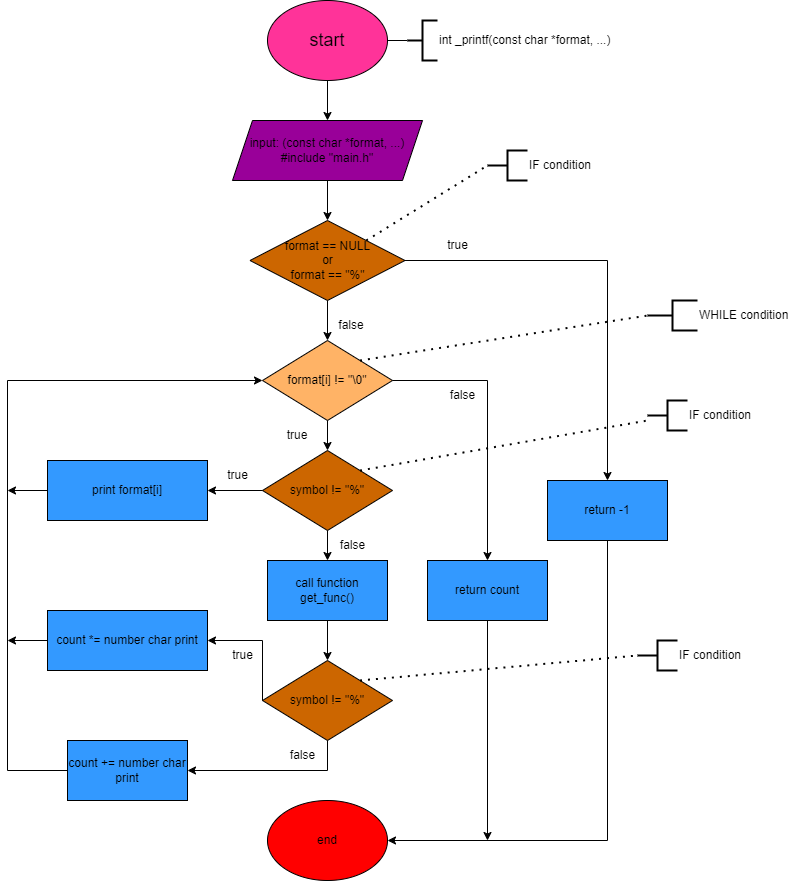
This is flowchart.png from psychohight/holbertonschool-printf, a draw.io export, as it was before one commit. Source tidied: cells renumbered, new cells last; positions are measured from the earlier drawing's top-left corner, leaving out a move shared by most shapes.
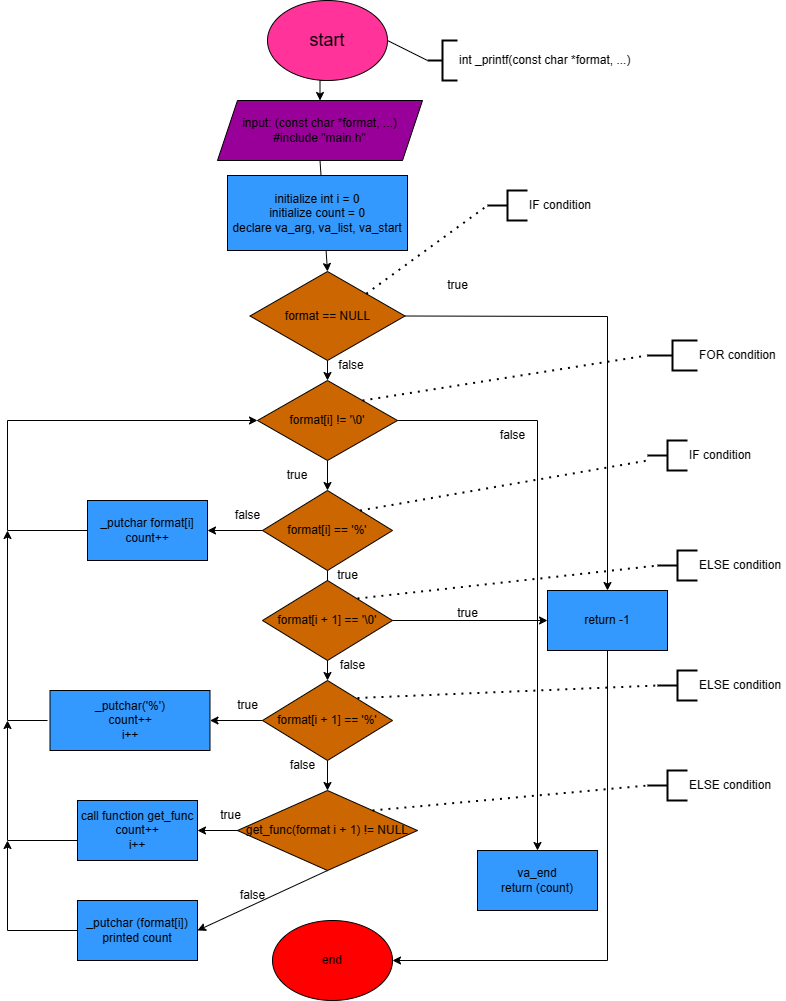
The same diagram one commit later.

Commit message:
flowchart finish

Diff of the diagram source:
```diff
@@ -6,19 +6,19 @@
       <mxGeometry relative="1" as="geometry" />
     </mxCell>
     <mxCell id="3" value="&lt;font style=&quot;font-size: 18px;&quot;&gt;start&lt;/font&gt;" style="ellipse;whiteSpace=wrap;html=1;fillColor=#FF3399;" parent="1" vertex="1">
-      <mxGeometry x="260" width="120" height="80" as="geometry" />
+      <mxGeometry x="260" y="-40" width="120" height="80" as="geometry" />
     </mxCell>
     <mxCell id="4" value="input: (const char *format, ...)&lt;div&gt;#include &quot;main.h&quot;&lt;/div&gt;" style="shape=parallelogram;perimeter=parallelogramPerimeter;whiteSpace=wrap;html=1;fixedSize=1;fillColor=#990099;" parent="1" vertex="1">
-      <mxGeometry x="225" y="120" width="190" height="60" as="geometry" />
+      <mxGeometry x="210" y="60" width="205" height="60" as="geometry" />
     </mxCell>
     <mxCell id="5" value="int _printf(const char *format, ...)" style="strokeWidth=2;html=1;shape=mxgraph.flowchart.annotation_2;align=left;labelPosition=right;" parent="1" vertex="1">
-      <mxGeometry x="400" y="20" width="30" height="40" as="geometry" />
+      <mxGeometry x="420" width="30" height="40" as="geometry" />
     </mxCell>
     <mxCell id="6" style="endArrow=none;html=1;rounded=0;entryX=0;entryY=0.5;entryDx=0;entryDy=0;entryPerimeter=0;exitX=1;exitY=0.5;exitDx=0;exitDy=0;" parent="1" edge="1" source="3" target="5">
       <mxGeometry relative="1" as="geometry" />
     </mxCell>
-    <mxCell id="7" value="format == NULL&lt;div&gt;or&lt;/div&gt;&lt;div&gt;format == &quot;%&quot;&lt;/div&gt;" style="rhombus;whiteSpace=wrap;html=1;fillColor=#CC6600;" parent="1" vertex="1">
-      <mxGeometry x="242.5" y="220" width="155" height="80" as="geometry" />
+    <mxCell id="7" value="format == NULL" style="rhombus;whiteSpace=wrap;html=1;fillColor=#CC6600;" parent="1" vertex="1">
+      <mxGeometry x="242.5" y="231" width="155" height="89" as="geometry" />
     </mxCell>
     <mxCell id="8" style="endArrow=classic;html=1;rounded=0;exitX=0.5;exitY=1;exitDx=0;exitDy=0;entryX=0.5;entryY=0;entryDx=0;entryDy=0;" parent="1" edge="1" source="4" target="7">
       <mxGeometry relative="1" as="geometry" />
@@ -26,7 +26,7 @@
     <mxCell id="9" style="endArrow=classic;html=1;rounded=0;exitX=1;exitY=0.5;exitDx=0;exitDy=0;entryX=0.5;entryY=0;entryDx=0;entryDy=0;" parent="1" edge="1" source="7" target="11">
       <mxGeometry relative="1" as="geometry">
         <Array as="points">
-          <mxPoint x="600" y="260" />
+          <mxPoint x="600" y="276" />
         </Array>
       </mxGeometry>
     </mxCell>
@@ -34,77 +34,61 @@
       <mxGeometry x="430" y="230" width="40" height="30" as="geometry" />
     </mxCell>
     <mxCell id="11" value="return -1" style="rounded=0;whiteSpace=wrap;html=1;fillColor=#3399FF;" parent="1" vertex="1">
-      <mxGeometry x="540" y="480" width="120" height="60" as="geometry" />
+      <mxGeometry x="540" y="550" width="120" height="60" as="geometry" />
     </mxCell>
-    <mxCell id="12" value="format[i] != &quot;\0&quot;" style="rhombus;whiteSpace=wrap;html=1;fillColor=#FFB366;" parent="1" vertex="1">
-      <mxGeometry x="255" y="340" width="130" height="80" as="geometry" />
+    <mxCell id="12" value="format[i] != '\0'" style="rhombus;whiteSpace=wrap;html=1;fillColor=#CC6600;" parent="1" vertex="1">
+      <mxGeometry x="250" y="340" width="140" height="80" as="geometry" />
     </mxCell>
     <mxCell id="13" style="endArrow=classic;html=1;rounded=0;exitX=0.5;exitY=1;exitDx=0;exitDy=0;entryX=0.5;entryY=0;entryDx=0;entryDy=0;" parent="1" edge="1" source="7" target="12">
       <mxGeometry relative="1" as="geometry" />
     </mxCell>
-    <mxCell id="14" value="count *= number char print" style="rounded=0;whiteSpace=wrap;html=1;fillColor=#3399FF;" parent="1" vertex="1">
-      <mxGeometry x="40" y="610" width="160" height="60" as="geometry" />
+    <mxCell id="14" value="_putchar('%')&lt;div&gt;count++&lt;/div&gt;&lt;div&gt;i++&lt;/div&gt;" style="rounded=0;whiteSpace=wrap;html=1;fillColor=#3399FF;" parent="1" vertex="1">
+      <mxGeometry x="42.5" y="650" width="160" height="60" as="geometry" />
     </mxCell>
-    <mxCell id="15" value="print format[i]" style="rounded=0;whiteSpace=wrap;html=1;fillColor=#3399FF;" parent="1" vertex="1">
-      <mxGeometry x="40" y="460" width="160" height="60" as="geometry" />
-    </mxCell>
     <mxCell id="16" value="true" style="text;html=1;align=center;verticalAlign=middle;whiteSpace=wrap;rounded=0;" parent="1" vertex="1">
       <mxGeometry x="260" y="420" width="60" height="30" as="geometry" />
     </mxCell>
     <mxCell id="17" value="false" style="text;html=1;align=center;verticalAlign=middle;whiteSpace=wrap;rounded=0;" parent="1" vertex="1">
       <mxGeometry x="314" y="310" width="60" height="30" as="geometry" />
     </mxCell>
-    <mxCell id="18" value="call function&lt;div&gt;get_func()&lt;/div&gt;" style="rounded=0;whiteSpace=wrap;html=1;fillColor=#3399FF;" parent="1" vertex="1">
-      <mxGeometry x="260" y="560" width="120" height="60" as="geometry" />
+    <mxCell id="18" value="_putchar&amp;nbsp;&lt;span style=&quot;background-color: initial;&quot;&gt;format[i]&lt;/span&gt;&lt;div&gt;count++&lt;/div&gt;" style="rounded=0;whiteSpace=wrap;html=1;fillColor=#3399FF;" parent="1" vertex="1">
+      <mxGeometry x="80" y="460" width="120" height="60" as="geometry" />
     </mxCell>
-    <mxCell id="19" value="symbol != &quot;%&quot;" style="rhombus;whiteSpace=wrap;html=1;fillColor=#CC6600;" parent="1" vertex="1">
+    <mxCell id="19" value="format[i] == '%'" style="rhombus;whiteSpace=wrap;html=1;fillColor=#CC6600;" parent="1" vertex="1">
       <mxGeometry x="255" y="450" width="130" height="80" as="geometry" />
     </mxCell>
     <mxCell id="20" value="true" style="text;html=1;align=center;verticalAlign=middle;strokeColor=none;fillColor=none;" parent="1" vertex="1">
-      <mxGeometry x="210" y="460" width="40" height="30" as="geometry" />
+      <mxGeometry x="320" y="520" width="40" height="30" as="geometry" />
     </mxCell>
-    <mxCell id="21" value="return count" style="rounded=0;whiteSpace=wrap;html=1;fillColor=#3399FF;" parent="1" vertex="1">
-      <mxGeometry x="420" y="560" width="120" height="60" as="geometry" />
+    <mxCell id="21" value="va_end&lt;div&gt;return (count)&lt;/div&gt;" style="rounded=0;whiteSpace=wrap;html=1;fillColor=#3399FF;" parent="1" vertex="1">
+      <mxGeometry x="470" y="810" width="120" height="60" as="geometry" />
     </mxCell>
     <mxCell id="22" style="endArrow=classic;html=1;rounded=0;exitX=1;exitY=0.5;exitDx=0;exitDy=0;entryX=0.5;entryY=0;entryDx=0;entryDy=0;" parent="1" edge="1" source="12" target="21">
       <mxGeometry relative="1" as="geometry">
         <Array as="points">
-          <mxPoint x="480" y="380" />
+          <mxPoint x="530" y="380" />
         </Array>
       </mxGeometry>
     </mxCell>
     <mxCell id="23" value="false" style="text;html=1;align=center;verticalAlign=middle;strokeColor=none;fillColor=none;" parent="1" vertex="1">
-      <mxGeometry x="430" y="380" width="50" height="30" as="geometry" />
+      <mxGeometry x="480" y="380" width="50" height="30" as="geometry" />
     </mxCell>
     <mxCell id="24" value="end" style="ellipse;whiteSpace=wrap;html=1;fillColor=#FF0000;" parent="1" vertex="1">
-      <mxGeometry x="260" y="800" width="120" height="80" as="geometry" />
+      <mxGeometry x="265" y="880" width="120" height="80" as="geometry" />
     </mxCell>
     <mxCell id="25" style="endArrow=classic;html=1;rounded=0;exitX=0.5;exitY=1;exitDx=0;exitDy=0;entryX=1;entryY=0.5;entryDx=0;entryDy=0;" parent="1" edge="1" source="11" target="24">
       <mxGeometry relative="1" as="geometry">
         <Array as="points">
-          <mxPoint x="600" y="840" />
+          <mxPoint x="600" y="920" />
         </Array>
       </mxGeometry>
     </mxCell>
-    <mxCell id="26" style="endArrow=classic;html=1;rounded=0;exitX=0.5;exitY=1;exitDx=0;exitDy=0;" parent="1" edge="1" source="21">
-      <mxGeometry relative="1" as="geometry">
-        <mxPoint x="480" y="840" as="targetPoint" />
-      </mxGeometry>
-    </mxCell>
-    <mxCell id="27" value="count += number char print" style="rounded=0;whiteSpace=wrap;html=1;fillColor=#3399FF;" parent="1" vertex="1">
-      <mxGeometry x="60" y="740" width="120" height="60" as="geometry" />
+    <mxCell id="27" value="call function get_func&lt;div&gt;count++&lt;/div&gt;&lt;div&gt;i++&lt;/div&gt;" style="rounded=0;whiteSpace=wrap;html=1;fillColor=#3399FF;" parent="1" vertex="1">
+      <mxGeometry x="70" y="760" width="120" height="60" as="geometry" />
     </mxCell>
     <mxCell id="28" value="false" style="text;html=1;align=center;verticalAlign=middle;strokeColor=none;fillColor=none;" parent="1" vertex="1">
-      <mxGeometry x="320" y="530" width="50" height="30" as="geometry" />
+      <mxGeometry x="215" y="460" width="50" height="30" as="geometry" />
     </mxCell>
-    <mxCell id="29" style="endArrow=classic;html=1;rounded=0;exitX=0;exitY=0.5;exitDx=0;exitDy=0;entryX=0;entryY=0.5;entryDx=0;entryDy=0;" parent="1" edge="1" source="27" target="12">
-      <mxGeometry relative="1" as="geometry">
-        <Array as="points">
-          <mxPoint y="770" />
-          <mxPoint y="380" />
-        </Array>
-      </mxGeometry>
-    </mxCell>
     <mxCell id="30" style="endArrow=none;dashed=1;html=1;dashPattern=1 3;strokeWidth=2;rounded=0;exitX=1;exitY=0;exitDx=0;exitDy=0;entryX=0;entryY=0.5;entryDx=0;entryDy=0;entryPerimeter=0;" parent="1" edge="1" source="7" target="31">
       <mxGeometry relative="1" as="geometry" />
     </mxCell>
@@ -114,53 +98,28 @@
     <mxCell id="32" style="endArrow=none;dashed=1;html=1;dashPattern=1 3;strokeWidth=2;rounded=0;exitX=1;exitY=0;exitDx=0;exitDy=0;entryX=0;entryY=0.5;entryDx=0;entryDy=0;entryPerimeter=0;" parent="1" edge="1" source="12" target="33">
       <mxGeometry relative="1" as="geometry" />
     </mxCell>
-    <mxCell id="33" value="WHILE condition" style="strokeWidth=2;html=1;shape=mxgraph.flowchart.annotation_2;align=left;labelPosition=right;" parent="1" vertex="1">
+    <mxCell id="33" value="FOR condition" style="strokeWidth=2;html=1;shape=mxgraph.flowchart.annotation_2;align=left;labelPosition=right;" parent="1" vertex="1">
       <mxGeometry x="640" y="300" width="50" height="30" as="geometry" />
     </mxCell>
-    <mxCell id="34" value="symbol != &quot;%&quot;" style="rhombus;whiteSpace=wrap;html=1;fillColor=#CC6600;" parent="1" vertex="1">
-      <mxGeometry x="255" y="660" width="130" height="80" as="geometry" />
+    <mxCell id="34" value="get_func(format i + 1) != NULL" style="rhombus;whiteSpace=wrap;html=1;fillColor=#CC6600;" parent="1" vertex="1">
+      <mxGeometry x="230" y="750" width="180" height="80" as="geometry" />
     </mxCell>
-    <mxCell id="35" style="endArrow=classic;html=1;rounded=0;exitX=0;exitY=0.5;exitDx=0;exitDy=0;entryX=1;entryY=0.5;entryDx=0;entryDy=0;" parent="1" edge="1" source="19" target="15">
-      <mxGeometry relative="1" as="geometry" />
+    <mxCell id="35" style="endArrow=classic;html=1;rounded=0;exitX=0;exitY=0.5;exitDx=0;exitDy=0;entryX=1;entryY=0.5;entryDx=0;entryDy=0;" parent="1" edge="1" source="19">
+      <mxGeometry relative="1" as="geometry">
+        <mxPoint x="200" y="490" as="targetPoint" />
+      </mxGeometry>
     </mxCell>
-    <mxCell id="36" style="endArrow=classic;html=1;rounded=0;exitX=0;exitY=0.5;exitDx=0;exitDy=0;entryX=1;entryY=0.5;entryDx=0;entryDy=0;" parent="1" edge="1" source="34" target="14">
-      <mxGeometry relative="1" as="geometry">
-        <Array as="points">
-          <mxPoint x="255" y="640" />
-        </Array>
-      </mxGeometry>
-    </mxCell>
     <mxCell id="37" style="endArrow=classic;html=1;rounded=0;exitX=0.5;exitY=1;exitDx=0;exitDy=0;entryX=0.5;entryY=0;entryDx=0;entryDy=0;" parent="1" edge="1" source="12" target="19">
       <mxGeometry relative="1" as="geometry" />
     </mxCell>
-    <mxCell id="38" style="endArrow=classic;html=1;rounded=0;exitX=0.5;exitY=1;exitDx=0;exitDy=0;entryX=0.5;entryY=0;entryDx=0;entryDy=0;" parent="1" edge="1" source="19" target="18">
-      <mxGeometry relative="1" as="geometry" />
-    </mxCell>
-    <mxCell id="39" style="endArrow=classic;html=1;rounded=0;exitX=0.5;exitY=1;exitDx=0;exitDy=0;entryX=0.5;entryY=0;entryDx=0;entryDy=0;" parent="1" edge="1" source="18" target="34">
-      <mxGeometry relative="1" as="geometry" />
-    </mxCell>
-    <mxCell id="40" style="endArrow=classic;html=1;rounded=0;exitX=0.5;exitY=1;exitDx=0;exitDy=0;entryX=1;entryY=0.5;entryDx=0;entryDy=0;" parent="1" edge="1" source="34" target="27">
-      <mxGeometry relative="1" as="geometry">
-        <Array as="points">
-          <mxPoint x="320" y="770" />
-        </Array>
-      </mxGeometry>
-    </mxCell>
-    <mxCell id="41" style="endArrow=classic;html=1;rounded=0;exitX=0;exitY=0.5;exitDx=0;exitDy=0;" parent="1" edge="1" source="15">
-      <mxGeometry relative="1" as="geometry">
-        <mxPoint y="490" as="targetPoint" />
-      </mxGeometry>
-    </mxCell>
-    <mxCell id="42" style="endArrow=classic;html=1;rounded=0;exitX=0;exitY=0.5;exitDx=0;exitDy=0;" parent="1" edge="1" source="14">
-      <mxGeometry relative="1" as="geometry">
-        <mxPoint y="640" as="targetPoint" />
-      </mxGeometry>
+    <mxCell id="42" style="endArrow=classic;html=1;rounded=0;exitX=0;exitY=0.5;exitDx=0;exitDy=0;entryX=1;entryY=0.5;entryDx=0;entryDy=0;" parent="1" edge="1" source="50" target="14">
+      <mxGeometry relative="1" as="geometry" />
     </mxCell>
     <mxCell id="43" value="true" style="text;html=1;align=center;verticalAlign=middle;strokeColor=none;fillColor=none;" parent="1" vertex="1">
-      <mxGeometry x="215" y="640" width="40" height="30" as="geometry" />
+      <mxGeometry x="220" y="650" width="40" height="30" as="geometry" />
     </mxCell>
     <mxCell id="44" value="false" style="text;html=1;align=center;verticalAlign=middle;strokeColor=none;fillColor=none;" parent="1" vertex="1">
-      <mxGeometry x="270" y="740" width="50" height="30" as="geometry" />
+      <mxGeometry x="270" y="710" width="50" height="30" as="geometry" />
     </mxCell>
     <mxCell id="45" style="endArrow=none;dashed=1;html=1;dashPattern=1 3;strokeWidth=2;rounded=0;exitX=1;exitY=0;exitDx=0;exitDy=0;" parent="1" edge="1" source="19">
       <mxGeometry relative="1" as="geometry">
@@ -170,11 +129,102 @@
     <mxCell id="46" value="IF condition" style="strokeWidth=2;html=1;shape=mxgraph.flowchart.annotation_2;align=left;labelPosition=right;" parent="1" vertex="1">
       <mxGeometry x="640" y="400" width="40" height="30" as="geometry" />
     </mxCell>
-    <mxCell id="47" value="IF condition" style="strokeWidth=2;html=1;shape=mxgraph.flowchart.annotation_2;align=left;labelPosition=right;" parent="1" vertex="1">
-      <mxGeometry x="630" y="640" width="40" height="30" as="geometry" />
+    <mxCell id="47" value="ELSE condition" style="strokeWidth=2;html=1;shape=mxgraph.flowchart.annotation_2;align=left;labelPosition=right;" parent="1" vertex="1">
+      <mxGeometry x="640" y="730" width="40" height="30" as="geometry" />
     </mxCell>
     <mxCell id="48" style="endArrow=none;dashed=1;html=1;dashPattern=1 3;strokeWidth=2;rounded=0;exitX=1;exitY=0;exitDx=0;exitDy=0;entryX=0;entryY=0.5;entryDx=0;entryDy=0;entryPerimeter=0;" parent="1" edge="1" source="34" target="47">
       <mxGeometry relative="1" as="geometry" />
     </mxCell>
+    <mxCell id="49" value="initialize int i = 0&lt;div&gt;initialize count = 0&lt;/div&gt;&lt;div&gt;declare va_arg, va_list, va_start&lt;/div&gt;" style="rounded=0;whiteSpace=wrap;html=1;fillColor=#3399FF;" parent="1" vertex="1">
+      <mxGeometry x="220" y="135" width="180" height="75" as="geometry" />
+    </mxCell>
+    <mxCell id="50" value="format[i + 1] == '%'" style="rhombus;whiteSpace=wrap;html=1;fillColor=#CC6600;" parent="1" vertex="1">
+      <mxGeometry x="255" y="640" width="130" height="80" as="geometry" />
+    </mxCell>
+    <mxCell id="51" style="endArrow=classic;html=1;rounded=0;entryX=0.5;entryY=0;entryDx=0;entryDy=0;" parent="1" edge="1" target="50">
+      <mxGeometry relative="1" as="geometry">
+        <mxPoint x="320" y="530" as="sourcePoint" />
+      </mxGeometry>
+    </mxCell>
+    <mxCell id="52" style="endArrow=classic;html=1;rounded=0;exitX=0.5;exitY=1;exitDx=0;exitDy=0;entryX=0.5;entryY=0;entryDx=0;entryDy=0;" parent="1" edge="1" source="50" target="34">
+      <mxGeometry relative="1" as="geometry" />
+    </mxCell>
+    <mxCell id="53" value="_putchar (format[i])&lt;div&gt;printed count&lt;/div&gt;" style="rounded=0;whiteSpace=wrap;html=1;fillColor=#3399FF;" parent="1" vertex="1">
+      <mxGeometry x="70" y="860" width="120" height="60" as="geometry" />
+    </mxCell>
+    <mxCell id="40" style="endArrow=classic;html=1;rounded=0;exitX=0;exitY=0.5;exitDx=0;exitDy=0;entryX=1;entryY=0.5;entryDx=0;entryDy=0;" parent="1" edge="1" source="34" target="27">
+      <mxGeometry relative="1" as="geometry" />
+    </mxCell>
+    <mxCell id="54" style="endArrow=classic;html=1;rounded=0;exitX=0.5;exitY=1;exitDx=0;exitDy=0;entryX=1;entryY=0.5;entryDx=0;entryDy=0;" parent="1" edge="1" source="34" target="53">
+      <mxGeometry relative="1" as="geometry" />
+    </mxCell>
+    <mxCell id="55" value="false" style="text;html=1;align=center;verticalAlign=middle;strokeColor=none;fillColor=none;" parent="1" vertex="1">
+      <mxGeometry x="220" y="840" width="50" height="30" as="geometry" />
+    </mxCell>
+    <mxCell id="56" value="true" style="text;html=1;align=center;verticalAlign=middle;strokeColor=none;fillColor=none;" parent="1" vertex="1">
+      <mxGeometry x="202.5" y="760" width="40" height="30" as="geometry" />
+    </mxCell>
+    <mxCell id="57" value="format[i + 1] == '\0'" style="rhombus;whiteSpace=wrap;html=1;fillColor=#CC6600;" parent="1" vertex="1">
+      <mxGeometry x="255" y="540" width="130" height="80" as="geometry" />
+    </mxCell>
+    <mxCell id="58" style="endArrow=classic;html=1;rounded=0;exitX=1;exitY=0.5;exitDx=0;exitDy=0;entryX=0;entryY=0.5;entryDx=0;entryDy=0;" parent="1" edge="1" source="57" target="11">
+      <mxGeometry relative="1" as="geometry" />
+    </mxCell>
+    <mxCell id="59" value="true" style="text;html=1;align=center;verticalAlign=middle;strokeColor=none;fillColor=none;" parent="1" vertex="1">
+      <mxGeometry x="440" y="558" width="40" height="30" as="geometry" />
+    </mxCell>
+    <mxCell id="60" value="false" style="text;html=1;align=center;verticalAlign=middle;strokeColor=none;fillColor=none;" parent="1" vertex="1">
+      <mxGeometry x="320" y="610" width="50" height="30" as="geometry" />
+    </mxCell>
+    <mxCell id="61" value="ELSE condition" style="strokeWidth=2;html=1;shape=mxgraph.flowchart.annotation_2;align=left;labelPosition=right;" parent="1" vertex="1">
+      <mxGeometry x="650" y="630" width="40" height="30" as="geometry" />
+    </mxCell>
+    <mxCell id="62" value="ELSE condition" style="strokeWidth=2;html=1;shape=mxgraph.flowchart.annotation_2;align=left;labelPosition=right;" parent="1" vertex="1">
+      <mxGeometry x="650" y="510" width="40" height="30" as="geometry" />
+    </mxCell>
+    <mxCell id="63" style="endArrow=none;dashed=1;html=1;dashPattern=1 3;strokeWidth=2;rounded=0;exitX=1;exitY=0;exitDx=0;exitDy=0;entryX=0;entryY=0.5;entryDx=0;entryDy=0;entryPerimeter=0;" parent="1" edge="1" target="61">
+      <mxGeometry relative="1" as="geometry">
+        <mxPoint x="350" y="657.5" as="sourcePoint" />
+      </mxGeometry>
+    </mxCell>
+    <mxCell id="64" style="endArrow=none;dashed=1;html=1;dashPattern=1 3;strokeWidth=2;rounded=0;exitX=1;exitY=0;exitDx=0;exitDy=0;entryX=0;entryY=0.5;entryDx=0;entryDy=0;entryPerimeter=0;" parent="1" edge="1" target="62">
+      <mxGeometry relative="1" as="geometry">
+        <mxPoint x="350" y="558" as="sourcePoint" />
+      </mxGeometry>
+    </mxCell>
+    <mxCell id="65" style="endArrow=classic;html=1;rounded=0;exitX=0;exitY=0.5;exitDx=0;exitDy=0;entryX=0;entryY=0.5;entryDx=0;entryDy=0;" parent="1" edge="1" source="18" target="12">
+      <mxGeometry relative="1" as="geometry">
+        <Array as="points">
+          <mxPoint y="490" />
+          <mxPoint y="380" />
+        </Array>
+      </mxGeometry>
+    </mxCell>
+    <mxCell id="66" style="endArrow=classic;html=1;rounded=0;" parent="1" edge="1">
+      <mxGeometry relative="1" as="geometry">
+        <mxPoint x="40" y="680" as="sourcePoint" />
+        <mxPoint y="490" as="targetPoint" />
+        <Array as="points">
+          <mxPoint y="680" />
+        </Array>
+      </mxGeometry>
+    </mxCell>
+    <mxCell id="67" style="endArrow=classic;html=1;rounded=0;" parent="1" edge="1">
+      <mxGeometry relative="1" as="geometry">
+        <mxPoint x="70" y="800" as="sourcePoint" />
+        <mxPoint y="680" as="targetPoint" />
+        <Array as="points">
+          <mxPoint y="800" />
+        </Array>
+      </mxGeometry>
+    </mxCell>
+    <mxCell id="68" style="endArrow=classic;html=1;rounded=0;exitX=0;exitY=0.5;exitDx=0;exitDy=0;" parent="1" edge="1" source="53">
+      <mxGeometry relative="1" as="geometry">
+        <mxPoint y="800" as="targetPoint" />
+        <Array as="points">
+          <mxPoint y="890" />
+        </Array>
+      </mxGeometry>
+    </mxCell>
   </root>
 </mxGraphModel>
```
